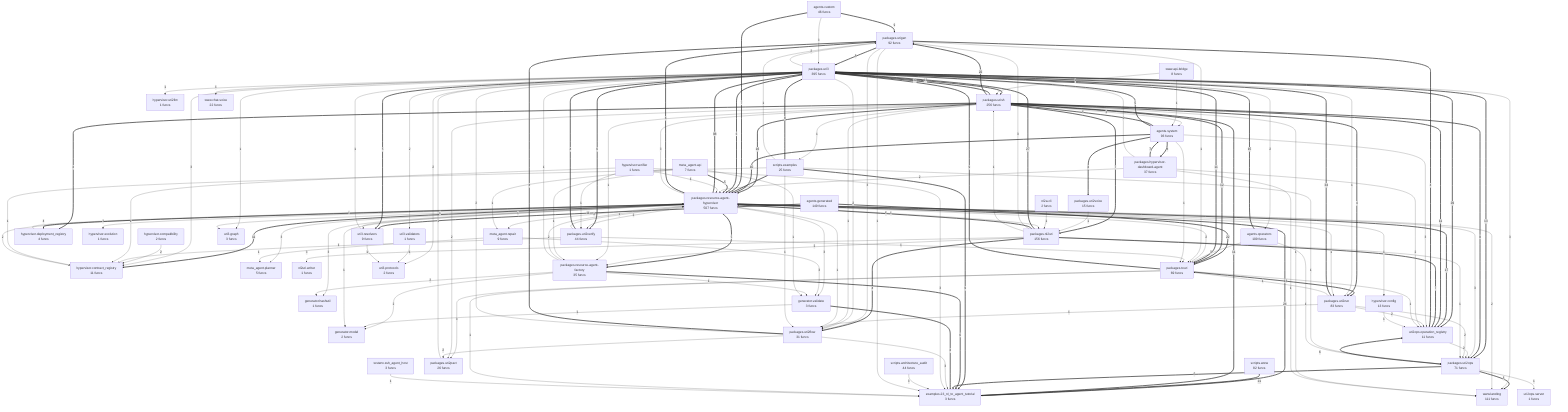
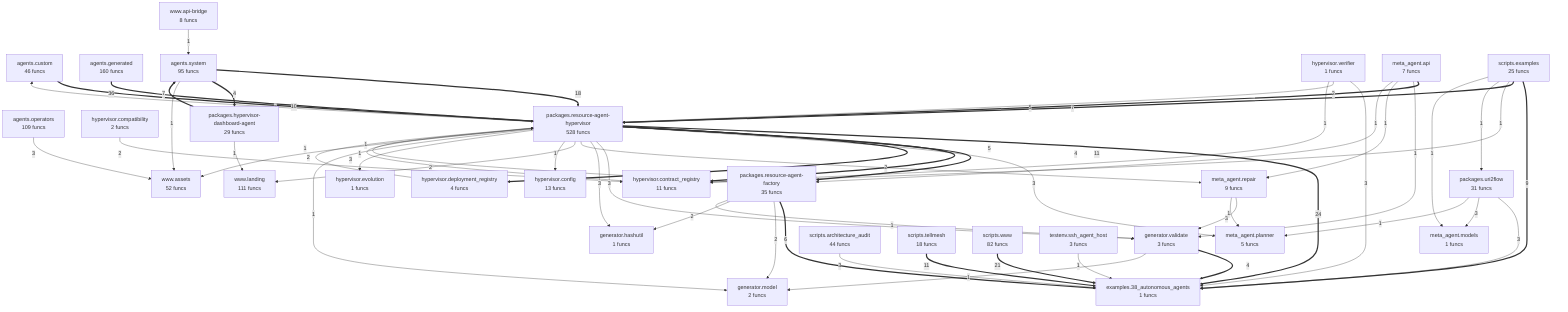
flowchart TD
- %% generated in 0.25s
+ %% generated in 0.09s
    agents__custom["agents.custom<br/>46 funcs"]
-     agents__generated["agents.generated<br/>149 funcs"]
+     agents__generated["agents.generated<br/>160 funcs"]
    agents__operators["agents.operators<br/>109 funcs"]
-     agents__system["agents.system<br/>93 funcs"]
-     examples__23_nl_to_agent_tutorial["examples.23_nl_to_agent_tutorial<br/>3 funcs"]
+     agents__system["agents.system<br/>95 funcs"]
+     examples__38_autonomous_agents["examples.38_autonomous_agents<br/>1 funcs"]
    generator__hashutil["generator.hashutil<br/>1 funcs"]
    generator__model["generator.model<br/>2 funcs"]
    generator__validate["generator.validate<br/>3 funcs"]
    hypervisor__compatibility["hypervisor.compatibility<br/>2 funcs"]
    hypervisor__config["hypervisor.config<br/>13 funcs"]
    hypervisor__contract_registry["hypervisor.contract_registry<br/>11 funcs"]
    hypervisor__deployment_registry["hypervisor.deployment_registry<br/>4 funcs"]
    hypervisor__evolution["hypervisor.evolution<br/>1 funcs"]
-     hypervisor__uri2llm["hypervisor.uri2llm<br/>1 funcs"]
    hypervisor__verifier["hypervisor.verifier<br/>1 funcs"]
    meta_agent__api["meta_agent.api<br/>7 funcs"]
+     meta_agent__models["meta_agent.models<br/>1 funcs"]
    meta_agent__planner["meta_agent.planner<br/>5 funcs"]
    meta_agent__repair["meta_agent.repair<br/>9 funcs"]
-     nl2a__cli["nl2a.cli<br/>2 funcs"]
-     nl2uri__writer["nl2uri.writer<br/>1 funcs"]
-     packages__hypervisor_dashboard_agent["packages.hypervisor-dashboard-agent<br/>37 funcs"]
-     packages__nl2uri["packages.nl2uri<br/>156 funcs"]
+     packages__hypervisor_dashboard_agent["packages.hypervisor-dashboard-agent<br/>29 funcs"]
    packages__resource_agent_factory["packages.resource-agent-factory<br/>35 funcs"]
-     packages__resource_agent_hypervisor["packages.resource-agent-hypervisor<br/>507 funcs"]
-     packages__touri["packages.touri<br/>69 funcs"]
+     packages__resource_agent_hypervisor["packages.resource-agent-hypervisor<br/>528 funcs"]
    packages__uri2flow["packages.uri2flow<br/>31 funcs"]
-     packages__uri2ops["packages.uri2ops<br/>71 funcs"]
-     packages__uri2pact["packages.uri2pact<br/>26 funcs"]
-     packages__uri2run["packages.uri2run<br/>83 funcs"]
-     packages__uri2verify["packages.uri2verify<br/>44 funcs"]
-     packages__uri2voice["packages.uri2voice<br/>15 funcs"]
-     packages__uri3["packages.uri3<br/>395 funcs"]
-     packages__urigen["packages.urigen<br/>92 funcs"]
-     packages__urish["packages.urish<br/>256 funcs"]
    scripts__architecture_audit["scripts.architecture_audit<br/>44 funcs"]
    scripts__examples["scripts.examples<br/>25 funcs"]
+     scripts__tellmesh["scripts.tellmesh<br/>18 funcs"]
    scripts__www["scripts.www<br/>82 funcs"]
    testenv__ssh_agent_host["testenv.ssh_agent_host<br/>3 funcs"]
-     uri2ops__operation_registry["uri2ops.operation_registry<br/>11 funcs"]
-     uri2ops__server["uri2ops.server<br/>1 funcs"]
-     uri3__graph["uri3.graph<br/>3 funcs"]
-     uri3__protocols["uri3.protocols<br/>2 funcs"]
-     uri3__resolvers["uri3.resolvers<br/>9 funcs"]
-     uri3__validators["uri3.validators<br/>1 funcs"]
    www__api_bridge["www.api-bridge<br/>8 funcs"]
-     www__chat_voice["www.chat-voice<br/>22 funcs"]
+     www__assets["www.assets<br/>52 funcs"]
    www__landing["www.landing<br/>111 funcs"]
-     packages__resource_agent_hypervisor ==>|98| packages__uri3
-     packages__uri2run ==>|34| packages__uri3
-     packages__urish ==>|30| packages__uri3
-     packages__uri3 ==>|29| uri2ops__operation_registry
-     packages__nl2uri ==>|27| packages__uri3
-     packages__resource_agent_hypervisor ==>|24| examples__23_nl_to_agent_tutorial
-     packages__urish ==>|22| packages__urigen
-     agents__generated ==>|22| packages__touri
-     scripts__www ==>|21| examples__23_nl_to_agent_tutorial
-     packages__resource_agent_hypervisor ==>|17| uri2ops__operation_registry
-     packages__urish ==>|16| packages__resource_agent_hypervisor
-     agents__operators ==>|15| packages__uri3
-     packages__uri3 ==>|13| packages__uri2ops
-     packages__touri ==>|13| packages__uri2run
-     packages__urish ==>|12| packages__touri
-     packages__uri3 ==>|12| packages__urish
-     packages__urish ==>|11| uri2ops__operation_registry
-     packages__urish ==>|11| examples__23_nl_to_agent_tutorial
-     packages__uri3 ==>|11| packages__touri
+     agents__generated ==>|36| packages__resource_agent_hypervisor
+     packages__resource_agent_hypervisor ==>|24| examples__38_autonomous_agents
+     scripts__www ==>|21| examples__38_autonomous_agents
+     agents__system ==>|18| packages__resource_agent_hypervisor
    packages__resource_agent_hypervisor ==>|11| hypervisor__contract_registry
-     agents__generated ==>|11| uri3__resolvers
-     agents__system ==>|10| packages__resource_agent_hypervisor
-     packages__urish ==>|9| packages__uri2ops
-     packages__touri ==>|9| packages__uri3
-     scripts__examples ==>|9| examples__23_nl_to_agent_tutorial
-     agents__custom ==>|9| packages__urigen
-     scripts__examples ==>|8| packages__uri3
-     agents__system ==>|8| packages__hypervisor_dashboard_agent
-     packages__urish ==>|7| packages__nl2uri
-     packages__nl2uri ==>|7| uri2ops__operation_registry
+     scripts__tellmesh ==>|11| examples__38_autonomous_agents
+     agents__custom ==>|10| packages__resource_agent_hypervisor
+     scripts__examples ==>|9| examples__38_autonomous_agents
    scripts__examples ==>|7| packages__resource_agent_hypervisor
    packages__hypervisor_dashboard_agent ==>|7| agents__system
-     agents__custom ==>|7| packages__resource_agent_hypervisor
-     packages__uri2ops ==>|6| uri2ops__operation_registry
-     packages__uri3 ==>|6| packages__resource_agent_hypervisor
-     packages__uri3 ==>|6| packages__uri2verify
-     packages__resource_agent_factory ==>|6| examples__23_nl_to_agent_tutorial
-     packages__resource_agent_hypervisor ==>|6| packages__urigen
-     packages__urigen ==>|5| packages__uri3
-     packages__uri2ops ==>|5| examples__23_nl_to_agent_tutorial
-     packages__uri2ops ==>|5| www__landing
-     packages__uri3 ==>|5| uri3__resolvers
-     packages__nl2uri ==>|5| packages__resource_agent_hypervisor
+     packages__resource_agent_factory ==>|6| examples__38_autonomous_agents
    meta_agent__api ==>|5| packages__resource_agent_hypervisor
    packages__resource_agent_hypervisor ==>|5| packages__resource_agent_factory
-     agents__system ==>|5| packages__urish
-     agents__system ==>|5| packages__uri3
-     packages__urish ==>|4| packages__uri2run
-     packages__urish ==>|4| hypervisor__deployment_registry
-     packages__urigen ==>|4| uri2ops__operation_registry
-     packages__uri2flow ==>|4| packages__urigen
-     generator__validate ==>|4| examples__23_nl_to_agent_tutorial
-     packages__nl2uri ==>|4| packages__uri2flow
-     packages__uri2verify ==>|4| packages__uri3
+     generator__validate ==>|4| examples__38_autonomous_agents
    packages__resource_agent_hypervisor ==>|4| hypervisor__deployment_registry
-     agents__system ==>|4| packages__uri2voice
-     packages__urish -->|3| agents__system
-     packages__urigen -->|3| packages__uri2flow
-     packages__uri3 -->|3| www__landing
-     packages__uri3 -->|3| hypervisor__contract_registry
-     packages__uri2flow -->|3| examples__23_nl_to_agent_tutorial
-     packages__touri -->|3| packages__uri2pact
-     packages__nl2uri -->|3| nl2uri__writer
-     packages__nl2uri -->|3| packages__urigen
+     agents__system ==>|4| packages__hypervisor_dashboard_agent
+     packages__resource_agent_factory -->|3| packages__resource_agent_hypervisor
    packages__resource_agent_hypervisor -->|3| meta_agent__planner
    packages__resource_agent_hypervisor -->|3| generator__validate
    meta_agent__repair -->|3| generator__validate
-     hypervisor__verifier -->|3| examples__23_nl_to_agent_tutorial
-     packages__resource_agent_hypervisor -->|3| packages__uri2ops
+     packages__resource_agent_hypervisor -->|3| agents__custom
+     hypervisor__verifier -->|3| examples__38_autonomous_agents
    packages__resource_agent_hypervisor -->|3| generator__hashutil
-     scripts__architecture_audit -->|3| examples__23_nl_to_agent_tutorial
-     agents__system -->|3| uri2ops__operation_registry
-     agents__custom -->|3| packages__uri3
-     agents__operators -->|3| packages__touri
-     packages__resource_agent_hypervisor -->|3| packages__urish
-     packages__urish -->|2| packages__uri2pact
-     uri2ops__operation_registry -->|2| packages__uri2ops
-     packages__uri3 -->|2| uri3__validators
-     packages__uri3 -->|2| agents__operators
-     packages__uri3 -->|2| packages__uri2flow
-     packages__uri3 -->|2| packages__urigen
-     packages__uri3 -->|2| uri3__protocols
-     packages__uri2flow -->|2| packages__uri3
-     packages__uri2flow -->|2| packages__uri2pact
-     packages__uri2run -->|2| uri2ops__operation_registry
-     packages__uri2run -->|2| packages__uri2ops
-     packages__resource_agent_factory -->|2| packages__resource_agent_hypervisor
+     scripts__architecture_audit -->|3| examples__38_autonomous_agents
+     agents__operators -->|3| www__assets
+     packages__uri2flow -->|3| examples__38_autonomous_agents
+     packages__uri2flow -->|3| meta_agent__models
    packages__resource_agent_factory -->|2| generator__model
    packages__resource_agent_factory -->|2| generator__hashutil
-     packages__nl2uri -->|2| packages__resource_agent_factory
    packages__resource_agent_hypervisor -->|2| meta_agent__repair
+     hypervisor__verifier -->|2| packages__resource_agent_hypervisor
    packages__resource_agent_hypervisor -->|2| www__landing
    hypervisor__contract_registry -->|2| packages__resource_agent_hypervisor
    hypervisor__compatibility -->|2| hypervisor__contract_registry
-     packages__hypervisor_dashboard_agent -->|2| packages__resource_agent_hypervisor
-     packages__hypervisor_dashboard_agent -->|2| packages__uri3
-     packages__hypervisor_dashboard_agent -->|2| uri2ops__operation_registry
-     packages__resource_agent_hypervisor -->|2| packages__uri2verify
-     packages__resource_agent_hypervisor -->|2| packages__touri
-     packages__urish -->|1| www__landing
-     packages__urish -->|1| scripts__examples
-     packages__urish -->|1| packages__uri2flow
-     packages__urish -->|1| packages__resource_agent_factory
-     packages__urigen -->|1| examples__23_nl_to_agent_tutorial
-     packages__urigen -->|1| packages__touri
-     packages__uri2ops -->|1| uri2ops__server
-     packages__uri3 -->|1| www__chat_voice
-     uri3__validators -->|1| uri3__protocols
-     packages__uri3 -->|1| uri3__graph
-     packages__uri3 -->|1| hypervisor__uri2llm
-     uri3__resolvers -->|1| packages__uri3
-     uri3__resolvers -->|1| uri3__protocols
-     packages__uri3 -->|1| packages__uri2run
-     packages__touri -->|1| examples__23_nl_to_agent_tutorial
-     packages__touri -->|1| uri2ops__operation_registry
-     packages__uri2voice -->|1| packages__nl2uri
-     packages__uri2run -->|1| packages__touri
-     packages__uri2run -->|1| packages__uri2flow
    generator__validate -->|1| generator__model
-     packages__resource_agent_factory -->|1| packages__uri3
    packages__resource_agent_factory -->|1| generator__validate
-     packages__nl2uri -->|1| packages__uri2ops
-     packages__nl2uri -->|1| packages__urish
-     nl2a__cli -->|1| packages__nl2uri
-     packages__uri2verify -->|1| hypervisor__contract_registry
-     packages__uri2verify -->|1| packages__resource_agent_hypervisor
-     packages__uri2verify -->|1| packages__touri
-     packages__uri2pact -->|1| packages__uri3
-     packages__resource_agent_hypervisor -->|1| packages__uri2flow
    meta_agent__api -->|1| generator__validate
    meta_agent__api -->|1| meta_agent__repair
    meta_agent__api -->|1| packages__resource_agent_factory
    meta_agent__repair -->|1| meta_agent__planner
    hypervisor__verifier -->|1| hypervisor__contract_registry
-     hypervisor__verifier -->|1| packages__resource_agent_hypervisor
-     hypervisor__verifier -->|1| packages__uri2verify
    packages__resource_agent_hypervisor -->|1| hypervisor__config
-     hypervisor__config -->|1| uri2ops__operation_registry
    packages__resource_agent_hypervisor -->|1| hypervisor__evolution
    packages__resource_agent_hypervisor -->|1| generator__model
-     packages__resource_agent_hypervisor -->|1| packages__uri2run
+     packages__resource_agent_hypervisor -->|1| www__assets
    hypervisor__deployment_registry -->|1| packages__resource_agent_hypervisor
-     testenv__ssh_agent_host -->|1| examples__23_nl_to_agent_tutorial
+     testenv__ssh_agent_host -->|1| examples__38_autonomous_agents
    scripts__examples -->|1| hypervisor__contract_registry
    scripts__examples -->|1| packages__uri2flow
-     scripts__examples -->|1| packages__urigen
-     scripts__examples -->|1| packages__uri2ops
-     www__api_bridge -->|1| packages__urish
+     scripts__examples -->|1| meta_agent__models
    www__api_bridge -->|1| agents__system
    packages__hypervisor_dashboard_agent -->|1| www__landing
-     agents__operators -->|1| packages__uri2ops
-     packages__resource_agent_hypervisor -->|1| uri3__graph
-     packages__resource_agent_hypervisor -->|1| packages__nl2uri
-     packages__resource_agent_hypervisor -->|1| uri3__resolvers
-     agents__system -->|1| packages__touri
+     agents__system -->|1| www__assets
+     packages__uri2flow -->|1| meta_agent__planner
